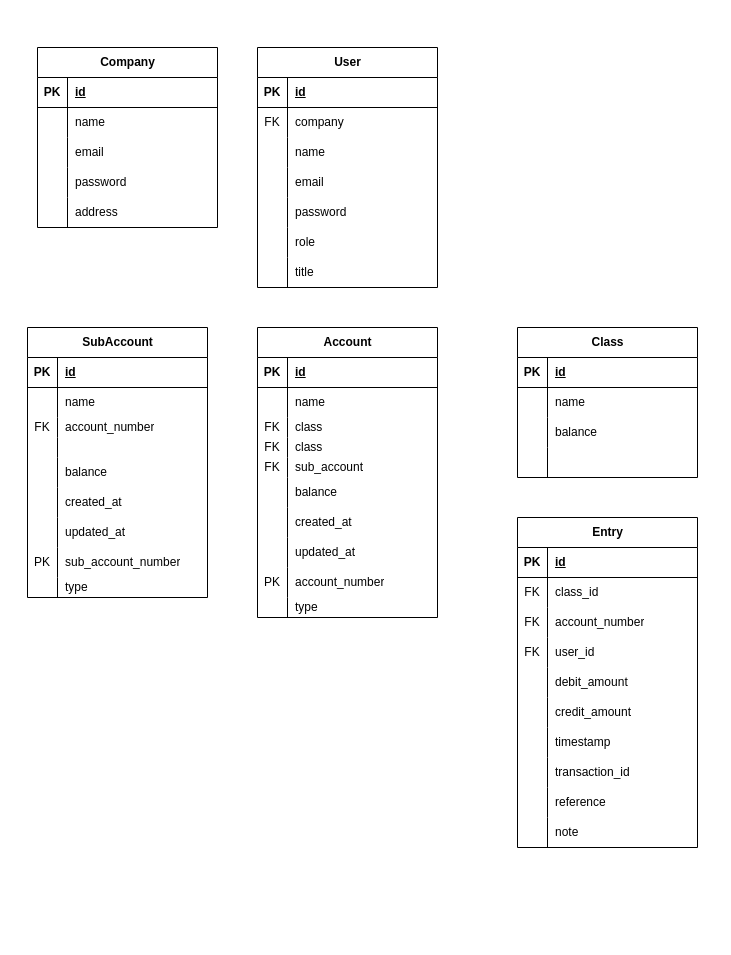
The draw.io diagram ledger/docs/erd.drawio in rishadsanian/ledger, before the edit. Source tidied: cells renumbered, new cells numbered last; positions are measured from the earlier drawing's top-left corner, leaving out a move shared by most shapes. Both pictures are drawn from the tidied source at 100%, with x=0, y=0 at pixel (27, 47).
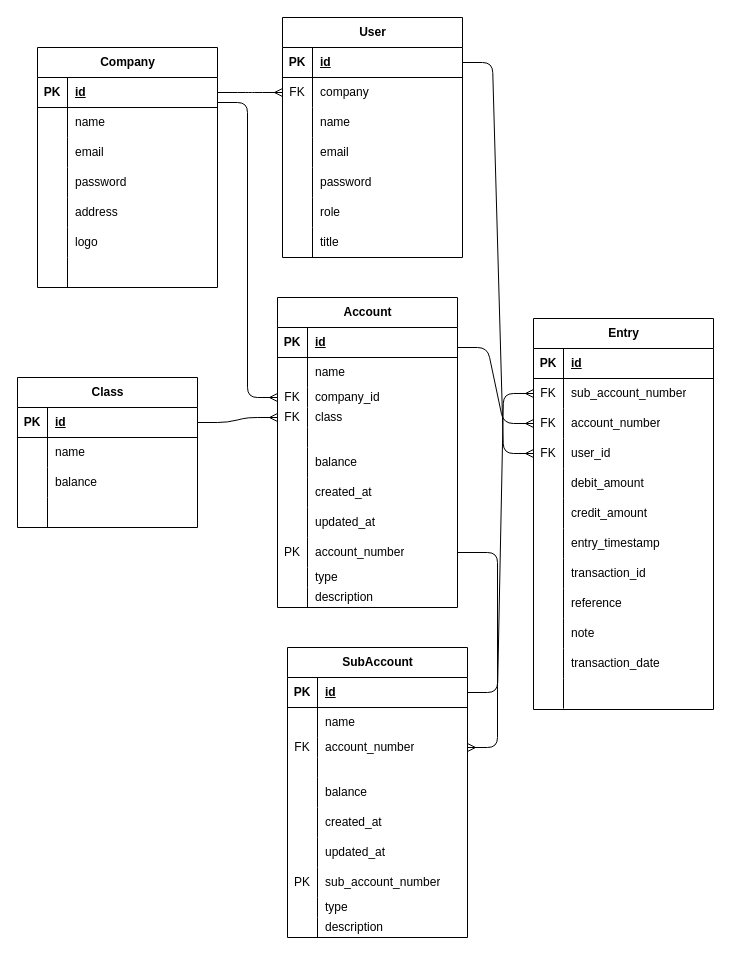
The same diagram, later.

Unchanged cells that the change refers to:
```xml
<mxCell id="6" style="shape=tableRow;horizontal=0;startSize=0;swimlaneHead=0;swimlaneBody=0;fillColor=none;points=[[0,0.5],[1,0.5]];portConstraint=eastwest;top=0;left=0;right=0;bottom=0;" parent="2" vertex="1">
  <mxGeometry y="60" width="180" height="30" as="geometry" />
</mxCell>
<mxCell id="9" style="shape=tableRow;horizontal=0;startSize=0;swimlaneHead=0;swimlaneBody=0;fillColor=none;points=[[0,0.5],[1,0.5]];portConstraint=eastwest;top=0;left=0;right=0;bottom=0;" parent="2" vertex="1">
  <mxGeometry y="90" width="180" height="30" as="geometry" />
</mxCell>
<mxCell id="12" style="shape=tableRow;horizontal=0;startSize=0;swimlaneHead=0;swimlaneBody=0;fillColor=none;points=[[0,0.5],[1,0.5]];portConstraint=eastwest;top=0;left=0;right=0;bottom=0;" parent="2" vertex="1">
  <mxGeometry y="120" width="180" height="30" as="geometry" />
</mxCell>
<mxCell id="21" style="shape=tableRow;horizontal=0;startSize=0;swimlaneHead=0;swimlaneBody=0;fillColor=none;top=0;left=0;right=0;bottom=0;" parent="2" vertex="1">
  <mxGeometry y="210" width="180" height="30" as="geometry" />
</mxCell>
<mxCell id="40" style="shape=tableRow;horizontal=0;startSize=0;swimlaneHead=0;swimlaneBody=0;fillColor=none;points=[[0,0.5],[1,0.5]];portConstraint=eastwest;top=0;left=0;right=0;bottom=0;" parent="33" vertex="1">
  <mxGeometry y="90" width="180" height="20" as="geometry" />
</mxCell>
<mxCell id="43" style="shape=tableRow;horizontal=0;startSize=0;swimlaneHead=0;swimlaneBody=0;fillColor=none;points=[[0,0.5],[1,0.5]];portConstraint=eastwest;top=0;left=0;right=0;bottom=0;" parent="33" vertex="1">
  <mxGeometry y="110" width="180" height="20" as="geometry" />
</mxCell>
<mxCell id="46" style="shape=tableRow;horizontal=0;startSize=0;swimlaneHead=0;swimlaneBody=0;fillColor=none;top=0;left=0;right=0;bottom=0;" parent="33" vertex="1">
  <mxGeometry y="130" width="180" height="20" as="geometry" />
</mxCell>
<mxCell id="58" style="shape=tableRow;horizontal=0;startSize=0;swimlaneHead=0;swimlaneBody=0;fillColor=none;points=[[0,0.5],[1,0.5]];portConstraint=eastwest;top=0;left=0;right=0;bottom=0;" parent="33" vertex="1">
  <mxGeometry y="240" width="180" height="30" as="geometry" />
</mxCell>
<mxCell id="65" style="shape=tableRow;horizontal=0;startSize=0;swimlaneHead=0;swimlaneBody=0;fillColor=none;points=[[0,0.5],[1,0.5]];portConstraint=eastwest;top=0;left=0;right=0;bottom=1;" parent="64" vertex="1">
  <mxGeometry y="30" width="180" height="30" as="geometry" />
</mxCell>
<mxCell id="68" style="shape=tableRow;horizontal=0;startSize=0;swimlaneHead=0;swimlaneBody=0;fillColor=none;points=[[0,0.5],[1,0.5]];portConstraint=eastwest;top=0;left=0;right=0;bottom=0;" parent="64" vertex="1">
  <mxGeometry y="60" width="180" height="30" as="geometry" />
</mxCell>
<mxCell id="87" style="shape=tableRow;horizontal=0;startSize=0;swimlaneHead=0;swimlaneBody=0;fillColor=none;points=[[0,0.5],[1,0.5]];portConstraint=eastwest;top=0;left=0;right=0;bottom=1;" parent="86" vertex="1">
  <mxGeometry y="30" width="180" height="30" as="geometry" />
</mxCell>
<mxCell id="100" style="shape=tableRow;horizontal=0;startSize=0;swimlaneHead=0;swimlaneBody=0;fillColor=none;points=[[0,0.5],[1,0.5]];portConstraint=eastwest;top=0;left=0;right=0;bottom=1;" parent="99" vertex="1">
  <mxGeometry y="30" width="180" height="30" as="geometry" />
</mxCell>
<mxCell id="116" style="shape=tableRow;horizontal=0;startSize=0;swimlaneHead=0;swimlaneBody=0;fillColor=none;points=[[0,0.5],[1,0.5]];portConstraint=eastwest;top=0;left=0;right=0;bottom=1;" parent="115" vertex="1">
  <mxGeometry y="30" width="180" height="30" as="geometry" />
</mxCell>
<mxCell id="122" style="shape=tableRow;horizontal=0;startSize=0;swimlaneHead=0;swimlaneBody=0;fillColor=none;points=[[0,0.5],[1,0.5]];portConstraint=eastwest;top=0;left=0;right=0;bottom=0;" parent="115" vertex="1">
  <mxGeometry y="90" width="180" height="20" as="geometry" />
</mxCell>
```

Diff of the diagram source:
```diff
@@
     <mxCell id="2" value="Entry" style="shape=table;startSize=30;childLayout=tableLayout;rowLines=0;fontStyle=1;align=center;html=1;" parent="1" vertex="1">
-      <mxGeometry x="490" y="470" width="180" height="330" as="geometry" />
+      <mxGeometry x="506" y="271" width="180" height="391" as="geometry" />
     </mxCell>
@@
-    <mxCell id="8" value="class_id" style="shape=partialRectangle;fillColor=none;top=0;left=0;bottom=0;right=0;align=left;spacingLeft=6;overflow=hidden;whiteSpace=wrap;html=1;" parent="6" vertex="1">
+    <mxCell id="8" value="sub_account_number" style="shape=partialRectangle;fillColor=none;top=0;left=0;bottom=0;right=0;align=left;spacingLeft=6;overflow=hidden;whiteSpace=wrap;html=1;" parent="6" vertex="1">
       <mxGeometry x="30" width="150" height="30" as="geometry" />
     </mxCell>
@@
-    <mxCell id="23" value="timestamp" style="shape=partialRectangle;fillColor=none;top=0;left=0;bottom=0;right=0;align=left;spacingLeft=6;overflow=hidden;whiteSpace=wrap;html=1;" parent="21" vertex="1">
+    <mxCell id="23" value="entry_timestamp" style="shape=partialRectangle;fillColor=none;top=0;left=0;bottom=0;right=0;align=left;spacingLeft=6;overflow=hidden;whiteSpace=wrap;html=1;" parent="21" vertex="1">
       <mxGeometry x="30" width="150" height="30" as="geometry" />
     </mxCell>
@@
+    <mxCell id="143" style="shape=tableRow;horizontal=0;startSize=0;swimlaneHead=0;swimlaneBody=0;fillColor=none;top=0;left=0;right=0;bottom=0;" parent="2" vertex="1">
+      <mxGeometry y="330" width="180" height="30" as="geometry" />
+    </mxCell>
+    <mxCell id="144" style="shape=partialRectangle;fillColor=none;top=0;left=0;bottom=0;right=0;overflow=hidden;whiteSpace=wrap;html=1;" parent="143" vertex="1">
+      <mxGeometry width="30" height="30" as="geometry" />
+    </mxCell>
+    <mxCell id="145" value="transaction_date&lt;br&gt;" style="shape=partialRectangle;fillColor=none;top=0;left=0;bottom=0;right=0;align=left;spacingLeft=6;overflow=hidden;whiteSpace=wrap;html=1;" parent="143" vertex="1">
+      <mxGeometry x="30" width="150" height="30" as="geometry" />
+    </mxCell>
+    <mxCell id="146" style="shape=tableRow;horizontal=0;startSize=0;swimlaneHead=0;swimlaneBody=0;fillColor=none;top=0;left=0;right=0;bottom=0;" parent="2" vertex="1">
+      <mxGeometry y="360" width="180" height="30" as="geometry" />
+    </mxCell>
+    <mxCell id="147" style="shape=partialRectangle;fillColor=none;top=0;left=0;bottom=0;right=0;overflow=hidden;whiteSpace=wrap;html=1;" parent="146" vertex="1">
+      <mxGeometry width="30" height="30" as="geometry" />
+    </mxCell>
+    <mxCell id="148" style="shape=partialRectangle;fillColor=none;top=0;left=0;bottom=0;right=0;align=left;spacingLeft=6;overflow=hidden;whiteSpace=wrap;html=1;" parent="146" vertex="1">
+      <mxGeometry x="30" width="150" height="30" as="geometry" />
+    </mxCell>
     <mxCell id="33" value="Account" style="shape=table;startSize=30;childLayout=tableLayout;rowLines=0;fontStyle=1;align=center;html=1;" parent="1" vertex="1">
-      <mxGeometry x="230" y="280" width="180" height="290" as="geometry" />
+      <mxGeometry x="250" y="250" width="180" height="310" as="geometry" />
     </mxCell>
@@
-    <mxCell id="42" value="class" style="shape=partialRectangle;fillColor=none;top=0;left=0;bottom=0;right=0;align=left;spacingLeft=6;overflow=hidden;whiteSpace=wrap;html=1;" parent="40" vertex="1">
+    <mxCell id="42" value="company_id" style="shape=partialRectangle;fillColor=none;top=0;left=0;bottom=0;right=0;align=left;spacingLeft=6;overflow=hidden;whiteSpace=wrap;html=1;" parent="40" vertex="1">
       <mxGeometry x="30" width="150" height="20" as="geometry" />
     </mxCell>
@@
-    <mxCell id="47" value="FK" style="shape=partialRectangle;fillColor=none;top=0;left=0;bottom=0;right=0;overflow=hidden;whiteSpace=wrap;html=1;" parent="46" vertex="1">
+    <mxCell id="47" style="shape=partialRectangle;fillColor=none;top=0;left=0;bottom=0;right=0;overflow=hidden;whiteSpace=wrap;html=1;" parent="46" vertex="1">
       <mxGeometry width="30" height="20" as="geometry" />
     </mxCell>
-    <mxCell id="48" value="sub_account" style="shape=partialRectangle;fillColor=none;top=0;left=0;bottom=0;right=0;align=left;spacingLeft=6;overflow=hidden;whiteSpace=wrap;html=1;" parent="46" vertex="1">
+    <mxCell id="48" style="shape=partialRectangle;fillColor=none;top=0;left=0;bottom=0;right=0;align=left;spacingLeft=6;overflow=hidden;whiteSpace=wrap;html=1;" parent="46" vertex="1">
       <mxGeometry x="30" width="150" height="20" as="geometry" />
     </mxCell>
@@
+    <mxCell id="149" style="shape=tableRow;horizontal=0;startSize=0;swimlaneHead=0;swimlaneBody=0;fillColor=none;top=0;left=0;right=0;bottom=0;" parent="33" vertex="1">
+      <mxGeometry y="290" width="180" height="20" as="geometry" />
+    </mxCell>
+    <mxCell id="150" style="shape=partialRectangle;fillColor=none;top=0;left=0;bottom=0;right=0;overflow=hidden;whiteSpace=wrap;html=1;" parent="149" vertex="1">
+      <mxGeometry width="30" height="20" as="geometry" />
+    </mxCell>
+    <mxCell id="151" value="description" style="shape=partialRectangle;fillColor=none;top=0;left=0;bottom=0;right=0;align=left;spacingLeft=6;overflow=hidden;whiteSpace=wrap;html=1;" parent="149" vertex="1">
+      <mxGeometry x="30" width="150" height="20" as="geometry" />
+    </mxCell>
     <mxCell id="64" value="User" style="shape=table;startSize=30;childLayout=tableLayout;rowLines=0;fontStyle=1;align=center;html=1;" parent="1" vertex="1">
-      <mxGeometry x="230" width="180" height="240" as="geometry" />
+      <mxGeometry x="255" y="-30" width="180" height="240" as="geometry" />
     </mxCell>
@@
     <mxCell id="86" value="Class" style="shape=table;startSize=30;childLayout=tableLayout;rowLines=0;fontStyle=1;align=center;html=1;" parent="1" vertex="1">
-      <mxGeometry x="490" y="280" width="180" height="150" as="geometry" />
+      <mxGeometry x="-10" y="330" width="180" height="150" as="geometry" />
     </mxCell>
@@
     <mxCell id="99" value="Company" style="shape=table;startSize=30;childLayout=tableLayout;rowLines=0;fontStyle=1;align=center;html=1;" parent="1" vertex="1">
-      <mxGeometry x="10" width="180" height="180" as="geometry" />
+      <mxGeometry x="10" width="180" height="240" as="geometry" />
     </mxCell>
@@
+    <mxCell id="152" style="shape=tableRow;horizontal=0;startSize=0;swimlaneHead=0;swimlaneBody=0;fillColor=none;top=0;left=0;right=0;bottom=0;" parent="99" vertex="1">
+      <mxGeometry y="180" width="180" height="30" as="geometry" />
+    </mxCell>
+    <mxCell id="153" style="shape=partialRectangle;fillColor=none;top=0;left=0;bottom=0;right=0;overflow=hidden;whiteSpace=wrap;html=1;" parent="152" vertex="1">
+      <mxGeometry width="30" height="30" as="geometry" />
+    </mxCell>
+    <mxCell id="154" value="logo" style="shape=partialRectangle;fillColor=none;top=0;left=0;bottom=0;right=0;align=left;spacingLeft=6;overflow=hidden;whiteSpace=wrap;html=1;" parent="152" vertex="1">
+      <mxGeometry x="30" width="150" height="30" as="geometry" />
+    </mxCell>
+    <mxCell id="155" style="shape=tableRow;horizontal=0;startSize=0;swimlaneHead=0;swimlaneBody=0;fillColor=none;top=0;left=0;right=0;bottom=0;" parent="99" vertex="1">
+      <mxGeometry y="210" width="180" height="30" as="geometry" />
+    </mxCell>
+    <mxCell id="156" style="shape=partialRectangle;fillColor=none;top=0;left=0;bottom=0;right=0;overflow=hidden;whiteSpace=wrap;html=1;" parent="155" vertex="1">
+      <mxGeometry width="30" height="30" as="geometry" />
+    </mxCell>
+    <mxCell id="157" style="shape=partialRectangle;fillColor=none;top=0;left=0;bottom=0;right=0;align=left;spacingLeft=6;overflow=hidden;whiteSpace=wrap;html=1;" parent="155" vertex="1">
+      <mxGeometry x="30" width="150" height="30" as="geometry" />
+    </mxCell>
     <mxCell id="115" value="SubAccount" style="shape=table;startSize=30;childLayout=tableLayout;rowLines=0;fontStyle=1;align=center;html=1;" parent="1" vertex="1">
-      <mxGeometry y="280" width="180" height="270" as="geometry" />
+      <mxGeometry x="260" y="600" width="180" height="290" as="geometry" />
     </mxCell>
@@
+    <mxCell id="158" style="shape=tableRow;horizontal=0;startSize=0;swimlaneHead=0;swimlaneBody=0;fillColor=none;top=0;left=0;right=0;bottom=0;" parent="115" vertex="1">
+      <mxGeometry y="270" width="180" height="20" as="geometry" />
+    </mxCell>
+    <mxCell id="159" style="shape=partialRectangle;fillColor=none;top=0;left=0;bottom=0;right=0;overflow=hidden;whiteSpace=wrap;html=1;" parent="158" vertex="1">
+      <mxGeometry width="30" height="20" as="geometry" />
+    </mxCell>
+    <mxCell id="160" value="description" style="shape=partialRectangle;fillColor=none;top=0;left=0;bottom=0;right=0;align=left;spacingLeft=6;overflow=hidden;whiteSpace=wrap;html=1;" parent="158" vertex="1">
+      <mxGeometry x="30" width="150" height="20" as="geometry" />
+    </mxCell>
+    <mxCell id="161" style="edgeStyle=entityRelationEdgeStyle;fontSize=12;html=1;endArrow=ERmany;fontFamily=Helvetica;fontColor=default;" parent="1" edge="1" source="100" target="68">
+      <mxGeometry relative="1" as="geometry" />
+    </mxCell>
+    <mxCell id="162" style="edgeStyle=entityRelationEdgeStyle;fontSize=12;html=1;endArrow=ERmany;fontFamily=Helvetica;fontColor=default;entryX=0;entryY=0.5;entryDx=0;entryDy=0;" parent="1" edge="1" target="40">
+      <mxGeometry relative="1" as="geometry">
+        <mxPoint x="190" y="55" as="sourcePoint" />
+      </mxGeometry>
+    </mxCell>
+    <mxCell id="163" style="edgeStyle=entityRelationEdgeStyle;fontSize=12;html=1;endArrow=ERmany;fontFamily=Helvetica;fontColor=default;exitX=1;exitY=0.5;exitDx=0;exitDy=0;" parent="1" edge="1" source="58" target="122">
+      <mxGeometry relative="1" as="geometry" />
+    </mxCell>
+    <mxCell id="164" style="edgeStyle=entityRelationEdgeStyle;fontSize=12;html=1;endArrow=ERmany;fontFamily=Helvetica;fontColor=default;entryX=0;entryY=0.5;entryDx=0;entryDy=0;exitX=1;exitY=0.5;exitDx=0;exitDy=0;" parent="1" edge="1" source="87" target="43">
+      <mxGeometry relative="1" as="geometry" />
+    </mxCell>
+    <mxCell id="165" style="edgeStyle=entityRelationEdgeStyle;fontSize=12;html=1;endArrow=ERmany;fontFamily=Helvetica;fontColor=default;exitX=1;exitY=0.5;exitDx=0;exitDy=0;" parent="1" edge="1" source="65" target="12">
+      <mxGeometry relative="1" as="geometry" />
+    </mxCell>
+    <mxCell id="166" style="edgeStyle=entityRelationEdgeStyle;fontSize=12;html=1;endArrow=ERmany;fontFamily=Helvetica;fontColor=default;entryX=0;entryY=0.5;entryDx=0;entryDy=0;" parent="1" edge="1" target="9">
+      <mxGeometry relative="1" as="geometry">
+        <mxPoint x="430" y="300" as="sourcePoint" />
+      </mxGeometry>
+    </mxCell>
+    <mxCell id="167" style="edgeStyle=entityRelationEdgeStyle;fontSize=12;html=1;endArrow=ERmany;fontFamily=Helvetica;fontColor=default;exitX=1;exitY=0.5;exitDx=0;exitDy=0;" parent="1" edge="1" source="116" target="6">
+      <mxGeometry relative="1" as="geometry" />
+    </mxCell>
```
